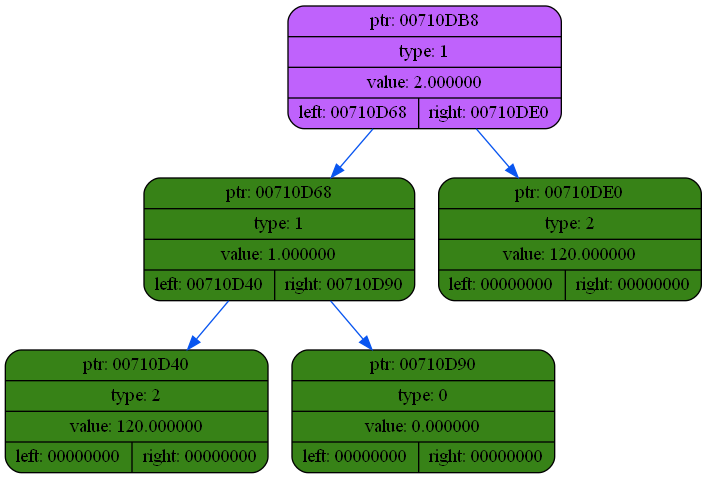
Before: dump/dump1.png, a diagram exported from Graphviz (coffee8cat/differentiator). Its source is kept beside it as dump/dump1.dot.
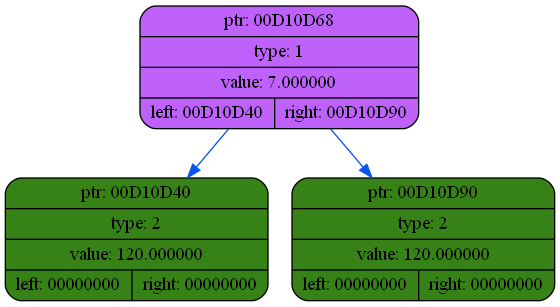
After the change.

What changed in the source:
```diff
@@ -2,13 +2,9 @@
 {
     rankdir=TP
 
-        node00710DB8[shape=record,style="rounded,filled",fillcolor="#BF62FC",label="{ ptr: 00710DB8 | type: 1 | value: 2.000000| { left: 00710D68 | right: 00710DE0 }}"];
-    node00710DB8 -> node00710D68[color="#0855F0"]
-    node00710D68[shape=record,style="rounded,filled",fillcolor="#378217",label="{ ptr: 00710D68 | type: 1 | value: 1.000000| { left: 00710D40 | right: 00710D90 }}"];
-    node00710D68 -> node00710D40[color="#0855F0"]
-    node00710D40[shape=record,style="rounded,filled",fillcolor="#378217",label="{ ptr: 00710D40 | type: 2 | value: 120.000000| { left: 00000000 | right: 00000000 }}"];
-    node00710D68 -> node00710D90[color="#0855F0"]
-    node00710D90[shape=record,style="rounded,filled",fillcolor="#378217",label="{ ptr: 00710D90 | type: 0 | value: 0.000000| { left: 00000000 | right: 00000000 }}"];
-    node00710DB8 -> node00710DE0[color="#0855F0"]
-    node00710DE0[shape=record,style="rounded,filled",fillcolor="#378217",label="{ ptr: 00710DE0 | type: 2 | value: 120.000000| { left: 00000000 | right: 00000000 }}"];
+        node00D10D68[shape=record,style="rounded,filled",fillcolor="#BF62FC",label="{ ptr: 00D10D68 | type: 1 | value: 7.000000| { left: 00D10D40 | right: 00D10D90 }}"];
+    node00D10D68 -> node00D10D40[color="#0855F0"]
+    node00D10D40[shape=record,style="rounded,filled",fillcolor="#378217",label="{ ptr: 00D10D40 | type: 2 | value: 120.000000| { left: 00000000 | right: 00000000 }}"];
+    node00D10D68 -> node00D10D90[color="#0855F0"]
+    node00D10D90[shape=record,style="rounded,filled",fillcolor="#378217",label="{ ptr: 00D10D90 | type: 2 | value: 120.000000| { left: 00000000 | right: 00000000 }}"];
 }
```
